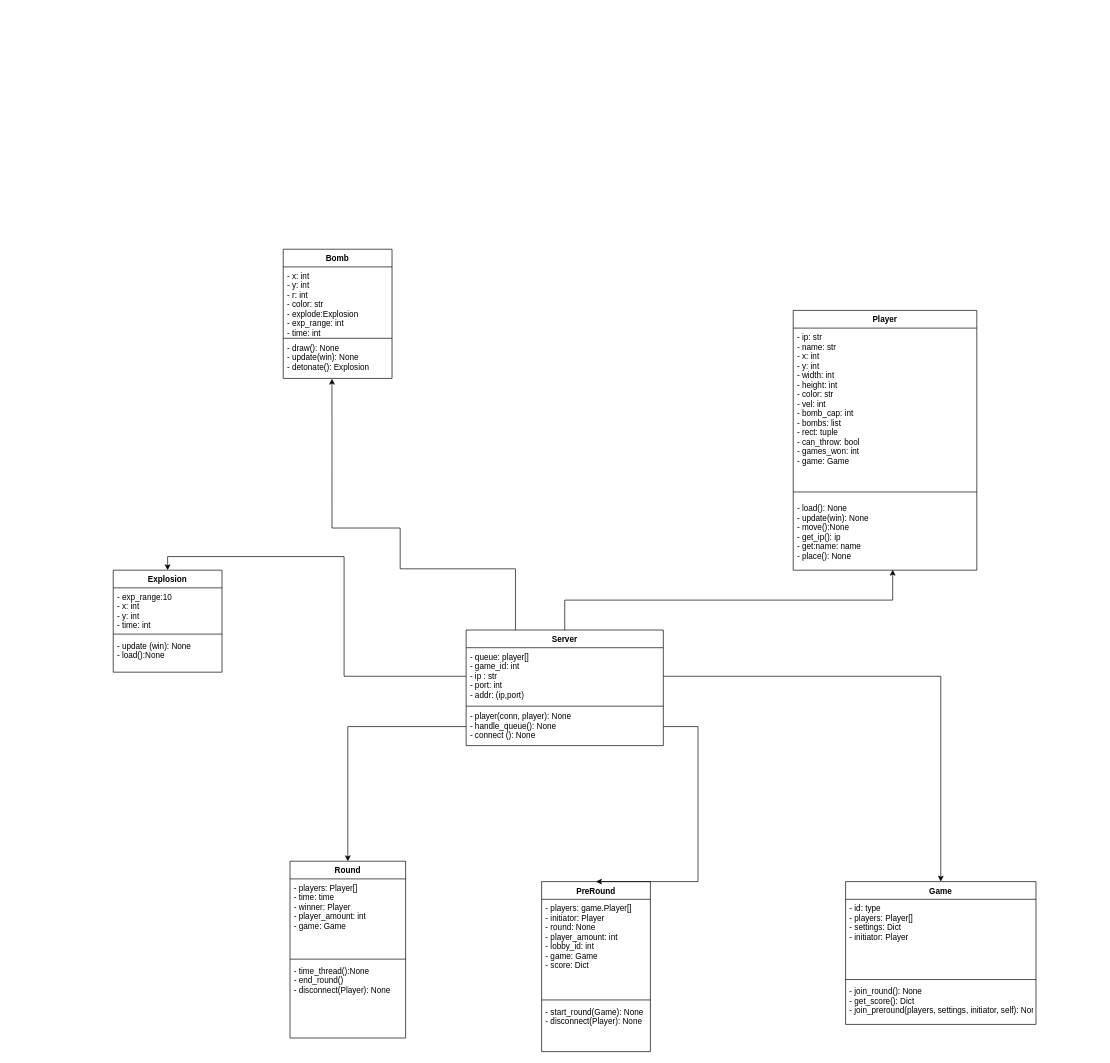
This is .drawio from Truntaler/TM-Project, a draw.io file, before an edit. Source tidied: cells renumbered, new cells numbered last; positions are measured from the earlier drawing's top-left corner, leaving out a move shared by most shapes. Both pictures are drawn from the tidied source at 68%, with x=0, y=0 at pixel (113, 249).
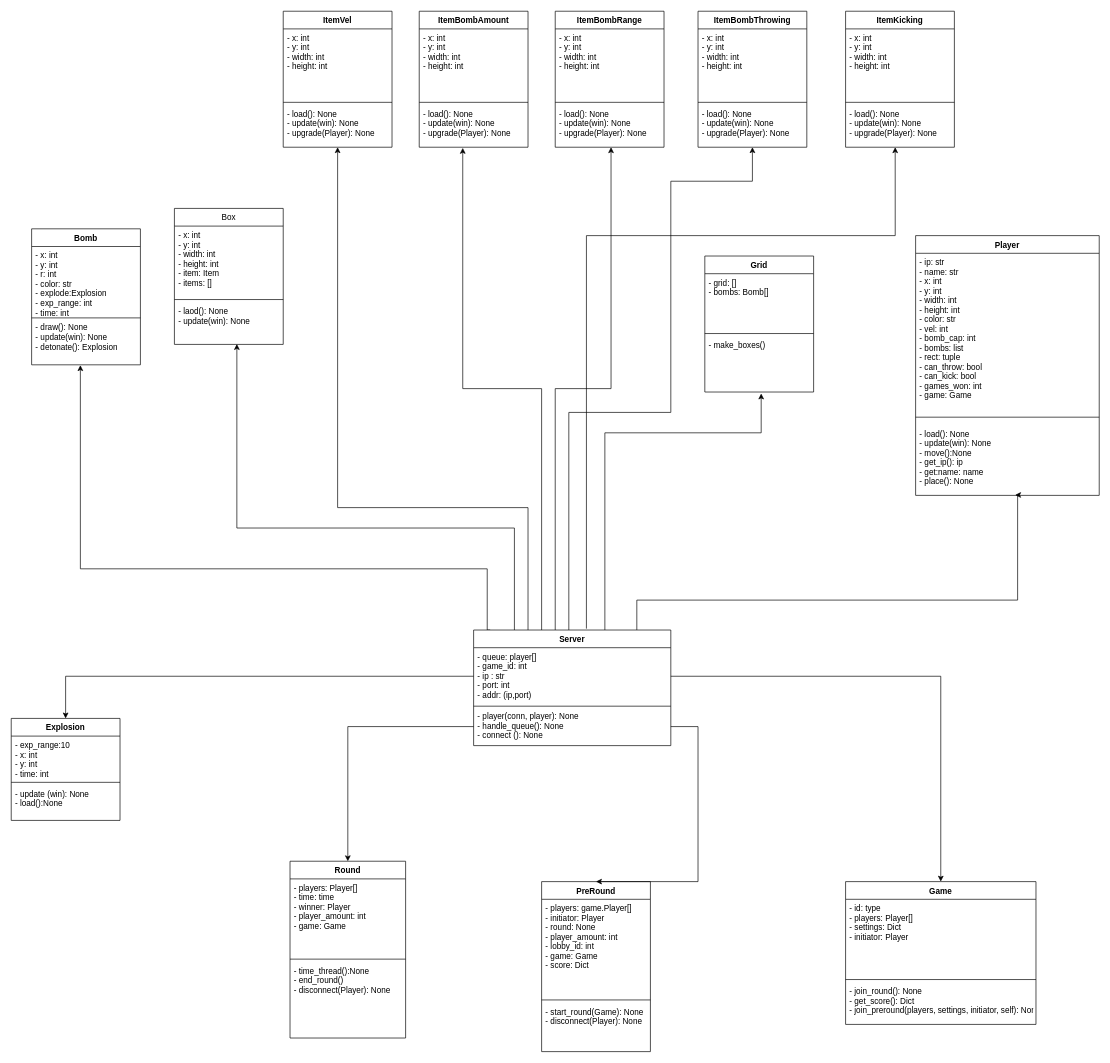
Above is the later version.

Commit message:
Added Items, box, Grid

Unchanged cells that the change refers to:
```xml
<mxCell id="5" value="- queue: player[]&#10;- game_id: int&#10;- ip : str&#10;- port: int&#10;- addr: (ip,port) " style="text;strokeColor=none;fillColor=none;align=left;verticalAlign=top;spacingLeft=4;spacingRight=4;overflow=hidden;points=[[0,0.5],[1,0.5]];portConstraint=eastwest;" parent="4" vertex="1">
  <mxGeometry y="26" width="290" height="84" as="geometry" />
</mxCell>
<mxCell id="12" value="- load(): None&#10;- update(win): None&#10;- move():None&#10;- get_ip(): ip&#10;- get:name: name&#10;- place(): None" style="text;strokeColor=none;fillColor=none;align=left;verticalAlign=top;spacingLeft=4;spacingRight=4;overflow=hidden;points=[[0,0.5],[1,0.5]];portConstraint=eastwest;" parent="9" vertex="1">
  <mxGeometry y="278" width="270" height="104" as="geometry" />
</mxCell>
```

Change to the diagram source:
```diff
@@
-    <mxCell id="2" style="edgeStyle=orthogonalEdgeStyle;rounded=0;jettySize=auto;html=1;exitX=0.25;exitY=0;exitDx=0;exitDy=0;entryX=0.448;entryY=1.008;entryDx=0;entryDy=0;entryPerimeter=0;" parent="1" edge="1" source="4" target="16">
+    <mxCell id="2" style="edgeStyle=orthogonalEdgeStyle;rounded=0;jettySize=auto;html=1;exitX=0.084;exitY=0;exitDx=0;exitDy=0;entryX=0.448;entryY=1.008;entryDx=0;entryDy=0;entryPerimeter=0;exitPerimeter=0;" parent="1" edge="1" source="4" target="16">
       <mxGeometry relative="1" as="geometry">
         <Array as="points">
-          <mxPoint x="592" y="470" />
-          <mxPoint x="422" y="470" />
-          <mxPoint x="422" y="410" />
+          <mxPoint x="550" y="560" />
+          <mxPoint x="550" y="470" />
+          <mxPoint x="-48" y="470" />
         </Array>
       </mxGeometry>
     </mxCell>
     <mxCell id="3" style="edgeStyle=orthogonalEdgeStyle;rounded=0;jettySize=auto;html=1;entryX=0.542;entryY=0.994;entryDx=0;entryDy=0;entryPerimeter=0;" parent="1" edge="1" source="4" target="12">
-      <mxGeometry relative="1" as="geometry" />
+      <mxGeometry relative="1" as="geometry">
+        <Array as="points">
+          <mxPoint x="770" y="516" />
+          <mxPoint x="1330" y="516" />
+          <mxPoint x="1330" y="361" />
+        </Array>
+      </mxGeometry>
     </mxCell>
+    <mxCell id="37" style="edgeStyle=orthogonalEdgeStyle;rounded=0;jettySize=auto;html=1;entryX=0.574;entryY=0.991;entryDx=0;entryDy=0;entryPerimeter=0;" parent="1" edge="1" source="4" target="48">
+      <mxGeometry relative="1" as="geometry">
+        <Array as="points">
+          <mxPoint x="590" y="410" />
+          <mxPoint x="182" y="410" />
+        </Array>
+      </mxGeometry>
+    </mxCell>
+    <mxCell id="38" style="edgeStyle=orthogonalEdgeStyle;rounded=0;jettySize=auto;html=1;entryX=0.518;entryY=1.027;entryDx=0;entryDy=0;entryPerimeter=0;" parent="1" edge="1" source="4" target="52">
+      <mxGeometry relative="1" as="geometry">
+        <Array as="points">
+          <mxPoint x="723" y="270" />
+          <mxPoint x="953" y="270" />
+        </Array>
+      </mxGeometry>
+    </mxCell>
+    <mxCell id="39" style="edgeStyle=orthogonalEdgeStyle;rounded=0;jettySize=auto;html=1;entryX=0.5;entryY=1;entryDx=0;entryDy=0;" parent="1" edge="1" source="4" target="53">
+      <mxGeometry relative="1" as="geometry">
+        <Array as="points">
+          <mxPoint x="610" y="380" />
+          <mxPoint x="330" y="380" />
+        </Array>
+      </mxGeometry>
+    </mxCell>
+    <mxCell id="40" style="edgeStyle=orthogonalEdgeStyle;rounded=0;jettySize=auto;html=1;entryX=0.4;entryY=1.016;entryDx=0;entryDy=0;entryPerimeter=0;" parent="1" edge="1" source="4" target="68">
+      <mxGeometry relative="1" as="geometry">
+        <Array as="points">
+          <mxPoint x="630" y="205" />
+          <mxPoint x="514" y="205" />
+        </Array>
+      </mxGeometry>
+    </mxCell>
+    <mxCell id="41" style="edgeStyle=orthogonalEdgeStyle;rounded=0;jettySize=auto;html=1;entryX=0.513;entryY=1;entryDx=0;entryDy=0;entryPerimeter=0;" parent="1" edge="1" source="4" target="60">
+      <mxGeometry relative="1" as="geometry">
+        <Array as="points">
+          <mxPoint x="650" y="205" />
+          <mxPoint x="732" y="205" />
+        </Array>
+      </mxGeometry>
+    </mxCell>
+    <mxCell id="42" style="edgeStyle=orthogonalEdgeStyle;rounded=0;jettySize=auto;html=1;entryX=0.5;entryY=1;entryDx=0;entryDy=0;entryPerimeter=0;" parent="1" edge="1" source="4" target="72">
+      <mxGeometry relative="1" as="geometry">
+        <Array as="points">
+          <mxPoint x="670" y="240" />
+          <mxPoint x="820" y="240" />
+          <mxPoint x="820" y="-100" />
+          <mxPoint x="940" y="-100" />
+        </Array>
+      </mxGeometry>
+    </mxCell>
+    <mxCell id="43" style="edgeStyle=orthogonalEdgeStyle;rounded=0;jettySize=auto;html=1;entryX=0.456;entryY=1;entryDx=0;entryDy=0;entryPerimeter=0;exitX=0.572;exitY=-0.012;exitDx=0;exitDy=0;exitPerimeter=0;" parent="1" edge="1" source="4" target="64">
+      <mxGeometry relative="1" as="geometry">
+        <Array as="points">
+          <mxPoint x="696" y="-20" />
+          <mxPoint x="1150" y="-20" />
+        </Array>
+      </mxGeometry>
+    </mxCell>
     <mxCell id="4" value="Server" style="swimlane;fontStyle=1;align=center;verticalAlign=top;horizontal=1;startSize=26;" parent="1" vertex="1">
-      <mxGeometry x="519" y="560" width="290" height="170" as="geometry" />
+      <mxGeometry x="530" y="560" width="290" height="170" as="geometry" />
     </mxCell>
@@
     <mxCell id="9" value="Player" style="swimlane;fontStyle=1;align=center;verticalAlign=top;horizontal=1;startSize=26;" parent="1" vertex="1">
-      <mxGeometry x="1000" y="90" width="270" height="382" as="geometry" />
+      <mxGeometry x="1180" y="-20" width="270" height="382" as="geometry" />
     </mxCell>
-    <mxCell id="10" value="- ip: str&#10;- name: str &#10;- x: int&#10;- y: int&#10;- width: int&#10;- height: int&#10;- color: str&#10;- vel: int&#10;- bomb_cap: int&#10;- bombs: list&#10;- rect: tuple&#10;- can_throw: bool&#10;- games_won: int&#10;- game: Game&#10;&#10;" style="text;strokeColor=none;fillColor=none;align=left;verticalAlign=top;spacingLeft=4;spacingRight=4;overflow=hidden;" parent="9" vertex="1">
-      <mxGeometry y="26" width="270" height="230" as="geometry" />
-    </mxCell>
+    <mxCell id="44" value="- ip: str&#10;- name: str &#10;- x: int&#10;- y: int&#10;- width: int&#10;- height: int&#10;- color: str&#10;- vel: int&#10;- bomb_cap: int&#10;- bombs: list&#10;- rect: tuple&#10;- can_throw: bool&#10;- can_kick: bool&#10;- games_won: int&#10;- game: Game&#10;&#10;" style="text;strokeColor=none;fillColor=none;align=left;verticalAlign=top;spacingLeft=4;spacingRight=4;overflow=hidden;" parent="9" vertex="1">
+      <mxGeometry y="26" width="270" height="230" as="geometry" />
+    </mxCell>
@@
     <mxCell id="13" value="Bomb" style="swimlane;fontStyle=1;align=center;verticalAlign=top;horizontal=1;startSize=26;" parent="1" vertex="1">
-      <mxGeometry x="250" width="160" height="190" as="geometry" />
+      <mxGeometry x="-120" y="-30" width="160" height="200" as="geometry" />
     </mxCell>
@@
     <mxCell id="16" value="- draw(): None&#10;- update(win): None&#10;- detonate(): Explosion" style="text;strokeColor=none;fillColor=none;align=left;verticalAlign=top;spacingLeft=4;spacingRight=4;overflow=hidden;points=[[0,0.5],[1,0.5]];portConstraint=eastwest;" parent="13" vertex="1">
-      <mxGeometry y="132" width="160" height="58" as="geometry" />
+      <mxGeometry y="132" width="160" height="68" as="geometry" />
     </mxCell>
     <mxCell id="17" value="Explosion" style="swimlane;fontStyle=1;align=center;verticalAlign=top;horizontal=1;startSize=26;" parent="1" vertex="1">
-      <mxGeometry y="472" width="160" height="150" as="geometry" />
+      <mxGeometry x="-150" y="690" width="160" height="150" as="geometry" />
     </mxCell>
@@
     <mxCell id="21" style="edgeStyle=orthogonalEdgeStyle;rounded=0;jettySize=auto;html=1;exitX=0;exitY=0.5;exitDx=0;exitDy=0;entryX=0.5;entryY=0;entryDx=0;entryDy=0;" parent="1" edge="1" source="5" target="17">
-      <mxGeometry relative="1" as="geometry" />
+      <mxGeometry relative="1" as="geometry">
+        <Array as="points">
+          <mxPoint x="-70" y="628" />
+        </Array>
+      </mxGeometry>
     </mxCell>
@@
+    <mxCell id="45" value="Box" style="swimlane;fontStyle=0;align=center;verticalAlign=top;horizontal=1;startSize=26;" parent="1" vertex="1">
+      <mxGeometry x="90" y="-60" width="160" height="200" as="geometry" />
+    </mxCell>
+    <mxCell id="46" value="- x: int&#10;- y: int&#10;- width: int&#10;- height: int&#10;- item: Item&#10;- items: []&#10;" style="text;strokeColor=none;fillColor=none;align=left;verticalAlign=top;spacingLeft=4;spacingRight=4;overflow=hidden;" parent="45" vertex="1">
+      <mxGeometry y="26" width="160" height="104" as="geometry" />
+    </mxCell>
+    <mxCell id="47" style="line;strokeWidth=1;fillColor=none;align=left;verticalAlign=middle;spacingTop=-1;spacingLeft=3;spacingRight=3;labelPosition=right;" parent="45" vertex="1">
+      <mxGeometry y="130" width="160" height="8" as="geometry" />
+    </mxCell>
+    <mxCell id="48" value="- laod(): None&#10;- update(win): None&#10;" style="text;strokeColor=none;fillColor=none;align=left;verticalAlign=top;spacingLeft=4;spacingRight=4;overflow=hidden;points=[[0,0.5],[1,0.5]];portConstraint=eastwest;" parent="45" vertex="1">
+      <mxGeometry y="138" width="160" height="62" as="geometry" />
+    </mxCell>
+    <mxCell id="49" value="Grid" style="swimlane;fontStyle=1;align=center;verticalAlign=top;horizontal=1;startSize=26;" parent="1" vertex="1">
+      <mxGeometry x="870" y="10" width="160" height="200" as="geometry" />
+    </mxCell>
+    <mxCell id="50" value="- grid: []&#10;- bombs: Bomb[]&#10;" style="text;strokeColor=none;fillColor=none;align=left;verticalAlign=top;spacingLeft=4;spacingRight=4;overflow=hidden;" parent="49" vertex="1">
+      <mxGeometry y="26" width="160" height="84" as="geometry" />
+    </mxCell>
+    <mxCell id="51" style="line;strokeWidth=1;fillColor=none;align=left;verticalAlign=middle;spacingTop=-1;spacingLeft=3;spacingRight=3;labelPosition=right;" parent="49" vertex="1">
+      <mxGeometry y="110" width="160" height="8" as="geometry" />
+    </mxCell>
+    <mxCell id="52" value="- make_boxes()" style="text;strokeColor=none;fillColor=none;align=left;verticalAlign=top;spacingLeft=4;spacingRight=4;overflow=hidden;points=[[0,0.5],[1,0.5]];portConstraint=eastwest;" parent="49" vertex="1">
+      <mxGeometry y="118" width="160" height="82" as="geometry" />
+    </mxCell>
+    <mxCell id="53" value="ItemVel" style="swimlane;fontStyle=1;align=center;verticalAlign=top;horizontal=1;startSize=26;" parent="1" vertex="1">
+      <mxGeometry x="250" y="-350" width="160" height="200" as="geometry" />
+    </mxCell>
+    <mxCell id="54" value="- x: int&#10;- y: int&#10;- width: int&#10;- height: int&#10;" style="text;strokeColor=none;fillColor=none;align=left;verticalAlign=top;spacingLeft=4;spacingRight=4;overflow=hidden;" parent="53" vertex="1">
+      <mxGeometry y="26" width="160" height="104" as="geometry" />
+    </mxCell>
+    <mxCell id="55" style="line;strokeWidth=1;fillColor=none;align=left;verticalAlign=middle;spacingTop=-1;spacingLeft=3;spacingRight=3;labelPosition=right;" parent="53" vertex="1">
+      <mxGeometry y="130" width="160" height="8" as="geometry" />
+    </mxCell>
+    <mxCell id="56" value="- load(): None&#10;- update(win): None&#10;- upgrade(Player): None" style="text;strokeColor=none;fillColor=none;align=left;verticalAlign=top;spacingLeft=4;spacingRight=4;overflow=hidden;" parent="53" vertex="1">
+      <mxGeometry y="138" width="160" height="62" as="geometry" />
+    </mxCell>
+    <mxCell id="57" value="ItemBombRange" style="swimlane;fontStyle=1;align=center;verticalAlign=top;horizontal=1;startSize=26;" parent="1" vertex="1">
+      <mxGeometry x="650" y="-350" width="160" height="200" as="geometry" />
+    </mxCell>
+    <mxCell id="58" value="- x: int&#10;- y: int&#10;- width: int&#10;- height: int&#10;" style="text;strokeColor=none;fillColor=none;align=left;verticalAlign=top;spacingLeft=4;spacingRight=4;overflow=hidden;" parent="57" vertex="1">
+      <mxGeometry y="26" width="160" height="104" as="geometry" />
+    </mxCell>
+    <mxCell id="59" style="line;strokeWidth=1;fillColor=none;align=left;verticalAlign=middle;spacingTop=-1;spacingLeft=3;spacingRight=3;labelPosition=right;" parent="57" vertex="1">
+      <mxGeometry y="130" width="160" height="8" as="geometry" />
+    </mxCell>
+    <mxCell id="60" value="- load(): None&#10;- update(win): None&#10;- upgrade(Player): None" style="text;strokeColor=none;fillColor=none;align=left;verticalAlign=top;spacingLeft=4;spacingRight=4;overflow=hidden;points=[[0,0.5],[1,0.5]];portConstraint=eastwest;" parent="57" vertex="1">
+      <mxGeometry y="138" width="160" height="62" as="geometry" />
+    </mxCell>
+    <mxCell id="61" value="ItemKicking" style="swimlane;fontStyle=1;align=center;verticalAlign=top;horizontal=1;startSize=26;" parent="1" vertex="1">
+      <mxGeometry x="1077" y="-350" width="160" height="200" as="geometry" />
+    </mxCell>
+    <mxCell id="62" value="- x: int&#10;- y: int&#10;- width: int&#10;- height: int&#10;" style="text;strokeColor=none;fillColor=none;align=left;verticalAlign=top;spacingLeft=4;spacingRight=4;overflow=hidden;" parent="61" vertex="1">
+      <mxGeometry y="26" width="160" height="104" as="geometry" />
+    </mxCell>
+    <mxCell id="63" style="line;strokeWidth=1;fillColor=none;align=left;verticalAlign=middle;spacingTop=-1;spacingLeft=3;spacingRight=3;labelPosition=right;" parent="61" vertex="1">
+      <mxGeometry y="130" width="160" height="8" as="geometry" />
+    </mxCell>
+    <mxCell id="64" value="- load(): None&#10;- update(win): None&#10;- upgrade(Player): None" style="text;strokeColor=none;fillColor=none;align=left;verticalAlign=top;spacingLeft=4;spacingRight=4;overflow=hidden;points=[[0,0.5],[1,0.5]];portConstraint=eastwest;" parent="61" vertex="1">
+      <mxGeometry y="138" width="160" height="62" as="geometry" />
+    </mxCell>
+    <mxCell id="65" value="ItemBombAmount" style="swimlane;fontStyle=1;align=center;verticalAlign=top;horizontal=1;startSize=26;" parent="1" vertex="1">
+      <mxGeometry x="450" y="-350" width="160" height="200" as="geometry" />
+    </mxCell>
+    <mxCell id="66" value="- x: int&#10;- y: int&#10;- width: int&#10;- height: int&#10;" style="text;strokeColor=none;fillColor=none;align=left;verticalAlign=top;spacingLeft=4;spacingRight=4;overflow=hidden;" parent="65" vertex="1">
+      <mxGeometry y="26" width="160" height="104" as="geometry" />
+    </mxCell>
+    <mxCell id="67" style="line;strokeWidth=1;fillColor=none;align=left;verticalAlign=middle;spacingTop=-1;spacingLeft=3;spacingRight=3;labelPosition=right;" parent="65" vertex="1">
+      <mxGeometry y="130" width="160" height="8" as="geometry" />
+    </mxCell>
+    <mxCell id="68" value="- load(): None&#10;- update(win): None&#10;- upgrade(Player): None" style="text;strokeColor=none;fillColor=none;align=left;verticalAlign=top;spacingLeft=4;spacingRight=4;overflow=hidden;points=[[0,0.5],[1,0.5]];portConstraint=eastwest;" parent="65" vertex="1">
+      <mxGeometry y="138" width="160" height="62" as="geometry" />
+    </mxCell>
+    <mxCell id="69" value="ItemBombThrowing" style="swimlane;fontStyle=1;align=center;verticalAlign=top;horizontal=1;startSize=26;" parent="1" vertex="1">
+      <mxGeometry x="860" y="-350" width="160" height="200" as="geometry" />
+    </mxCell>
+    <mxCell id="70" value="- x: int&#10;- y: int&#10;- width: int&#10;- height: int&#10;" style="text;strokeColor=none;fillColor=none;align=left;verticalAlign=top;spacingLeft=4;spacingRight=4;overflow=hidden;" parent="69" vertex="1">
+      <mxGeometry y="26" width="160" height="104" as="geometry" />
+    </mxCell>
+    <mxCell id="71" style="line;strokeWidth=1;fillColor=none;align=left;verticalAlign=middle;spacingTop=-1;spacingLeft=3;spacingRight=3;labelPosition=right;" parent="69" vertex="1">
+      <mxGeometry y="130" width="160" height="8" as="geometry" />
+    </mxCell>
+    <mxCell id="72" value="- load(): None&#10;- update(win): None&#10;- upgrade(Player): None" style="text;strokeColor=none;fillColor=none;align=left;verticalAlign=top;spacingLeft=4;spacingRight=4;overflow=hidden;points=[[0,0.5],[1,0.5]];portConstraint=eastwest;" parent="69" vertex="1">
+      <mxGeometry y="138" width="160" height="62" as="geometry" />
+    </mxCell>
```
